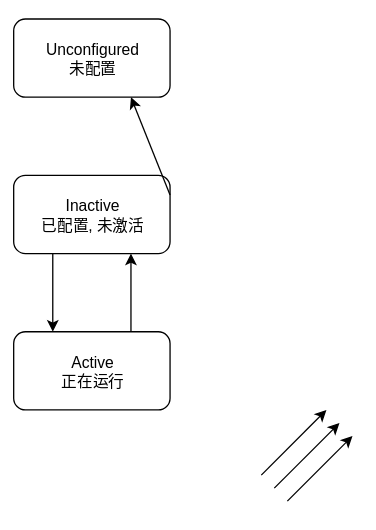
Before: ROS2机器人基础框架/Step4-lifecycle-status.svg, a diagram exported from draw.io (HashWaney/ROS_Document). Source tidied: cells renumbered, new cells last; positions are measured from the earlier drawing's top-left corner, leaving out a move shared by most shapes.
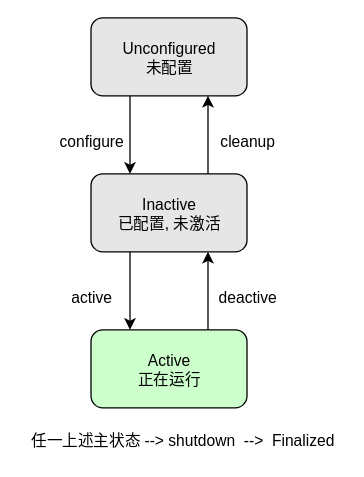
Above is the later version.

Change to the diagram source:
```diff
@@ -2,13 +2,13 @@
   <root>
     <mxCell id="0" />
     <mxCell id="1" parent="0" />
-    <mxCell id="2" value="Unconfigured&lt;br&gt;未配置" style="rounded=1;whiteSpace=wrap;html=1;" parent="1" vertex="1">
+    <mxCell id="2" value="Unconfigured&lt;br&gt;未配置" style="rounded=1;whiteSpace=wrap;html=1;fillColor=#E6E6E6;" parent="1" vertex="1">
       <mxGeometry width="120" height="60" as="geometry" />
     </mxCell>
-    <mxCell id="3" value="Inactive&lt;br&gt;已配置, 未激活" style="rounded=1;whiteSpace=wrap;html=1;" parent="1" vertex="1">
+    <mxCell id="3" value="Inactive&lt;br&gt;已配置, 未激活" style="rounded=1;whiteSpace=wrap;html=1;fillColor=#E6E6E6;" parent="1" vertex="1">
       <mxGeometry y="120" width="120" height="60" as="geometry" />
     </mxCell>
-    <mxCell id="4" value="Active&lt;br&gt;正在运行" style="rounded=1;whiteSpace=wrap;html=1;" parent="1" vertex="1">
+    <mxCell id="4" value="Active&lt;br&gt;正在运行" style="rounded=1;whiteSpace=wrap;html=1;fillColor=#CCFFCC;" parent="1" vertex="1">
       <mxGeometry y="240" width="120" height="60" as="geometry" />
     </mxCell>
     <mxCell id="5" style="endArrow=classic;html=1;exitX=0.75;exitY=0;exitDx=0;exitDy=0;entryX=0.75;entryY=1;entryDx=0;entryDy=0;" parent="1" edge="1" source="4" target="3">
@@ -17,26 +17,26 @@
     <mxCell id="6" style="endArrow=classic;html=1;exitX=0.25;exitY=1;exitDx=0;exitDy=0;entryX=0.25;entryY=0;entryDx=0;entryDy=0;" parent="1" edge="1" source="3" target="4">
       <mxGeometry relative="1" as="geometry" />
     </mxCell>
-    <mxCell id="7" style="endArrow=classic;html=1;entryX=0.75;entryY=1;entryDx=0;entryDy=0;exitX=1;exitY=0.25;exitDx=0;exitDy=0;" parent="1" edge="1" source="3" target="2">
+    <mxCell id="7" style="endArrow=classic;html=1;entryX=0.75;entryY=1;entryDx=0;entryDy=0;exitX=0.75;exitY=0;exitDx=0;exitDy=0;" parent="1" edge="1" source="3" target="2">
       <mxGeometry relative="1" as="geometry" />
     </mxCell>
-    <mxCell id="8" style="endArrow=classic;html=1;" parent="1" edge="1">
-      <mxGeometry relative="1" as="geometry">
-        <mxPoint x="190" y="350" as="sourcePoint" />
-        <mxPoint x="240" y="300" as="targetPoint" />
-      </mxGeometry>
+    <mxCell id="8" style="endArrow=classic;html=1;exitX=0.25;exitY=1;exitDx=0;exitDy=0;entryX=0.25;entryY=0;entryDx=0;entryDy=0;" parent="1" edge="1" source="2" target="3">
+      <mxGeometry relative="1" as="geometry" />
     </mxCell>
-    <mxCell id="9" style="endArrow=classic;html=1;" parent="1" edge="1">
-      <mxGeometry relative="1" as="geometry">
-        <mxPoint x="200" y="360" as="sourcePoint" />
-        <mxPoint x="250" y="310" as="targetPoint" />
-      </mxGeometry>
-    </mxCell>
-    <mxCell id="10" style="endArrow=classic;html=1;" parent="1" edge="1">
-      <mxGeometry relative="1" as="geometry">
-        <mxPoint x="210" y="370" as="sourcePoint" />
-        <mxPoint x="260" y="320" as="targetPoint" />
-      </mxGeometry>
-    </mxCell>
+    <mxCell id="11" value="configure" style="text;html=1;align=center;verticalAlign=middle;strokeColor=none;fillColor=none;" parent="1" vertex="1">
+      <mxGeometry x="-35" y="80" width="70" height="30" as="geometry" />
+    </mxCell>
+    <mxCell id="12" value="cleanup" style="text;html=1;align=center;verticalAlign=middle;strokeColor=none;fillColor=none;" parent="1" vertex="1">
+      <mxGeometry x="85" y="80" width="70" height="30" as="geometry" />
+    </mxCell>
+    <mxCell id="13" value="active" style="text;html=1;align=center;verticalAlign=middle;strokeColor=none;fillColor=none;" parent="1" vertex="1">
+      <mxGeometry x="-25" y="200" width="50" height="30" as="geometry" />
+    </mxCell>
+    <mxCell id="14" value="deactive" style="text;html=1;align=center;verticalAlign=middle;strokeColor=none;fillColor=none;" parent="1" vertex="1">
+      <mxGeometry x="85" y="200" width="70" height="30" as="geometry" />
+    </mxCell>
+    <mxCell id="15" value="任一上述主状态 --&amp;gt; shutdown&amp;nbsp; --&amp;gt;&amp;nbsp; Finalized" style="text;html=1;align=center;verticalAlign=middle;strokeColor=none;fillColor=none;" parent="1" vertex="1">
+      <mxGeometry x="-60" y="310" width="260" height="30" as="geometry" />
+    </mxCell>
   </root>
 </mxGraphModel>
```
